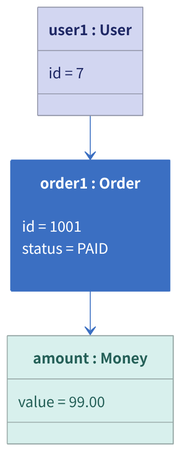
huang-hee/diagram-kit keeps this Mermaid diagram as docs/assets/object.png. Above is the earlier version. Its source is kept beside it as docs/assets/object.mmd. Its diagram source:
```mermaid
---
config:
  theme: base
  fontFamily: "PingFang SC, Microsoft YaHei, Noto Sans CJK SC, Source Han Sans SC, sans-serif"
  themeVariables:
    background: "#FFFFFF"
    primaryColor: "#FFFFFF"
    primaryBorderColor: "#3B6FC2"
    primaryTextColor: "#33384A"
    nodeTextColor: "#33384A"
    secondaryColor: "#FBDBD1"
    tertiaryColor: "#EBF1F9"
    lineColor: "#3B6FC2"
    textColor: "#33384A"
    clusterBkg: "#EBF1F9"
    clusterBorder: "#3B6FC2"
    edgeLabelBackground: "#FFFFFF"
    titleColor: "#33384A"
    noteBkgColor: "#FFF6CE"
    noteBorderColor: "#A6A086"
    noteTextColor: "#33384A"
    classText: "#1F2865"
---
classDiagram
  class order1["order1 : Order"] {
    id = 1001
    status = PAID
  }
  class user1["user1 : User"] {
    id = 7
  }
  class money["amount : Money"] {
    value = 99.00
  }
  user1 --> order1
  order1 --> money
  class order1:::focus
  class user1:::obj
  class money:::value
classDef obj fill:#D2D6F1,stroke:#9396A9,color:#1F2865
classDef focus fill:#3B6FC2,stroke:#3B6FC2,color:#FFFFFF,stroke-width:2px
classDef value fill:#D8F0ED,stroke:#97A8A6,color:#256058
```
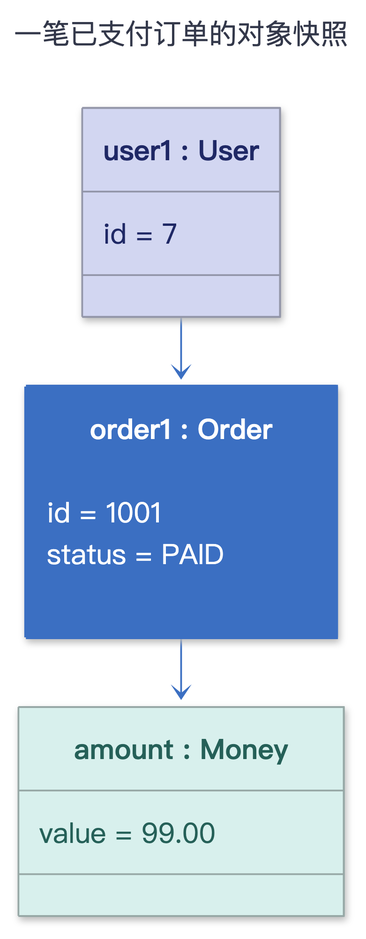
After the change.

What changed in the source:
```diff
@@ -1,7 +1,14 @@
 ---
+title: "一笔已支付订单的对象快照"
 config:
   theme: base
   fontFamily: "PingFang SC, Microsoft YaHei, Noto Sans CJK SC, Source Han Sans SC, sans-serif"
+  flowchart:
+    curve: "step"
+    nodeSpacing: 50
+    rankSpacing: 60
+    padding: 12
+    wrappingWidth: 300
   themeVariables:
     background: "#FFFFFF"
     primaryColor: "#FFFFFF"
```
